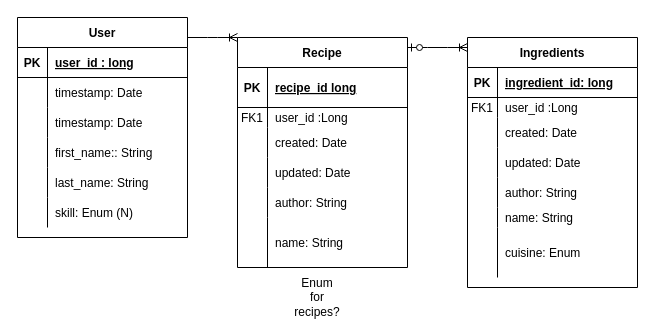
The draw.io diagram erd.drawio in ddc-java-13/picky-eater, before the edit. Source tidied: cells renumbered, new cells numbered last; positions are measured from the earlier drawing's top-left corner, leaving out a move shared by most shapes. Both pictures are drawn from the tidied source at 100%, with x=0, y=0 at pixel (17, 17).
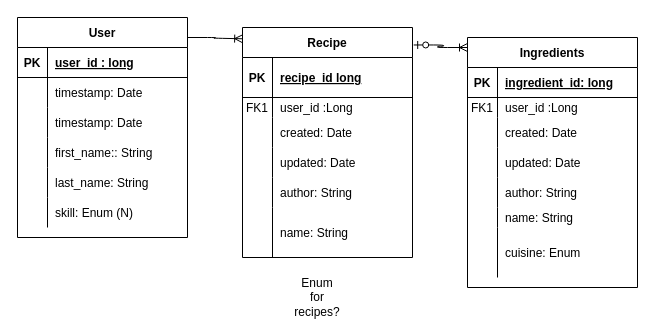
The same diagram, later.

What changed in the source:
```diff
@@
-    <mxCell id="43" style="edgeStyle=entityRelationEdgeStyle;fontSize=12;html=1;endArrow=ERoneToMany;" parent="1" edge="1">
+    <mxCell id="43" style="edgeStyle=entityRelationEdgeStyle;fontSize=12;html=1;endArrow=ERoneToMany;entryX=0.001;entryY=0.049;entryDx=0;entryDy=0;entryPerimeter=0;" parent="1" edge="1" target="45">
       <mxGeometry relative="1" as="geometry">
         <mxPoint x="170" y="20" as="sourcePoint" />
-        <mxPoint x="220" y="20" as="targetPoint" />
       </mxGeometry>
     </mxCell>
-    <mxCell id="44" style="edgeStyle=entityRelationEdgeStyle;fontSize=12;html=1;endArrow=ERoneToMany;startArrow=ERzeroToOne;" parent="1" edge="1">
+    <mxCell id="44" style="edgeStyle=entityRelationEdgeStyle;fontSize=12;html=1;endArrow=ERoneToMany;startArrow=ERzeroToOne;exitX=1.007;exitY=0.076;exitDx=0;exitDy=0;exitPerimeter=0;" parent="1" edge="1" source="45">
       <mxGeometry relative="1" as="geometry">
-        <mxPoint x="390" y="30" as="sourcePoint" />
         <mxPoint x="450" y="30" as="targetPoint" />
       </mxGeometry>
     </mxCell>
     <mxCell id="45" value="Recipe" style="shape=table;startSize=30;childLayout=tableLayout;rowLines=0;fontStyle=1;align=center;" parent="1" vertex="1">
-      <mxGeometry x="220" y="20" width="170" height="230" as="geometry" />
+      <mxGeometry x="225" y="10" width="170" height="230" as="geometry" />
     </mxCell>
```
